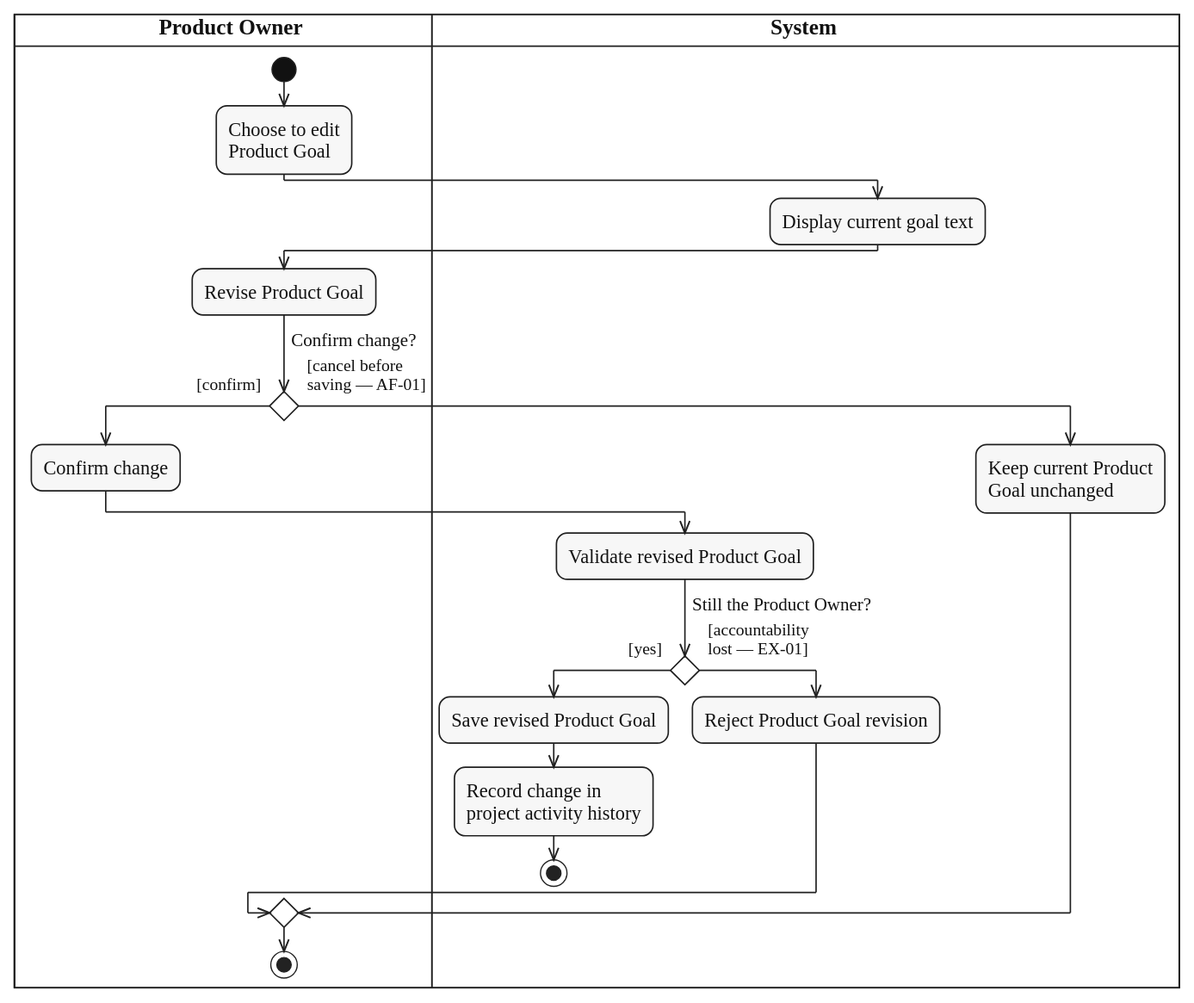
Before: diagrams/activity/product-backlog/svg/UC-PRODUCT-GOAL-UPDATE.svg, a diagram exported from PlantUML (lukenab/swd392-doc-automation). Its source is kept beside it as diagrams/activity/product-backlog/source/UC-PRODUCT-GOAL-UPDATE.puml.
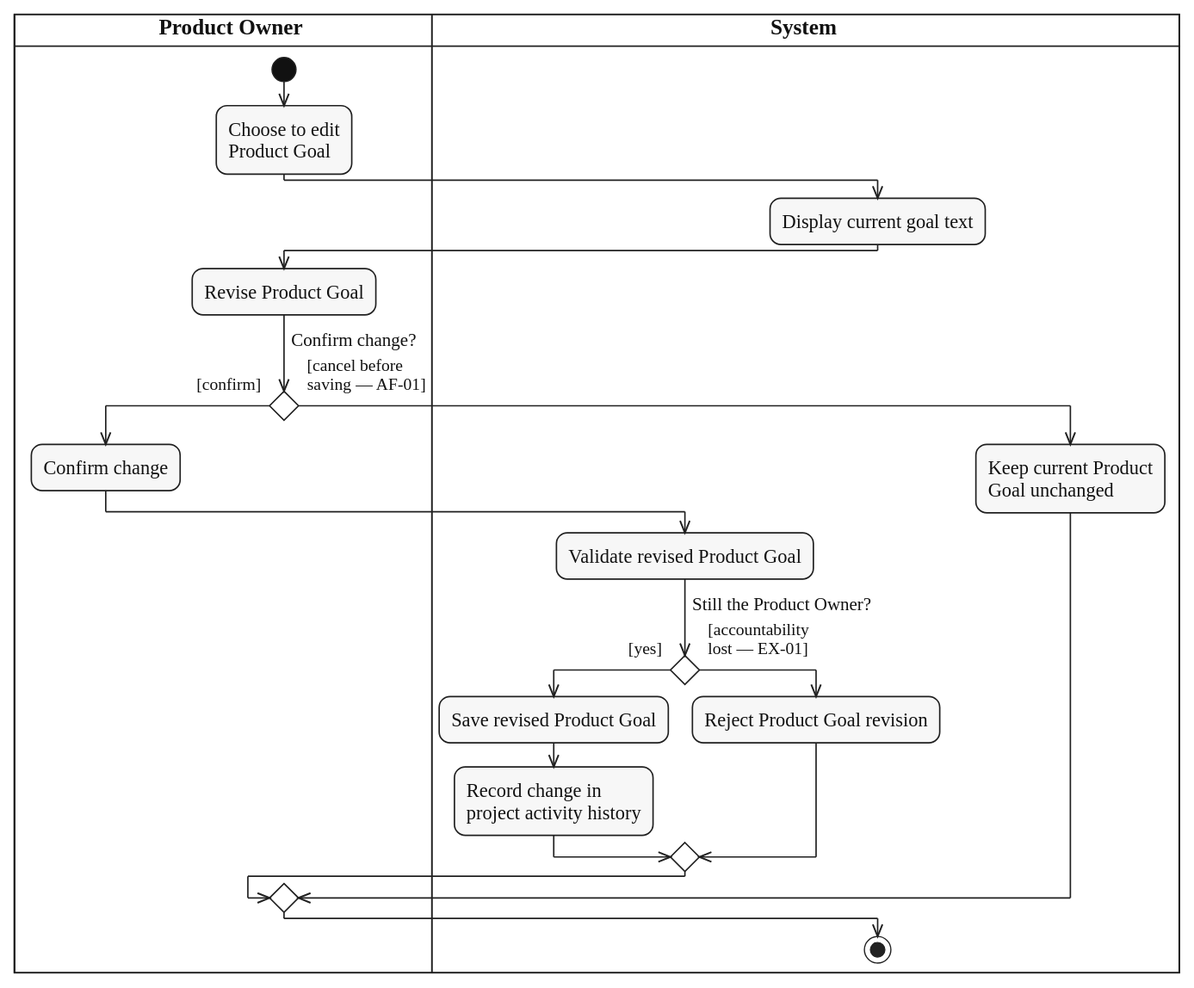
Later version of the same file.

Diff of the diagram source:
```diff
@@ -19,7 +19,6 @@
     :Save revised Product Goal;
     :Record change in
     project activity history;
-    stop
   else ($guard_right("[accountability", "lost — EX-01]"))
     :Reject Product Goal revision;
   endif
@@ -28,6 +27,6 @@
   :Keep current Product
   Goal unchanged;
 endif
-|PRO|
+|SYS|
 stop
 @enduml
```
